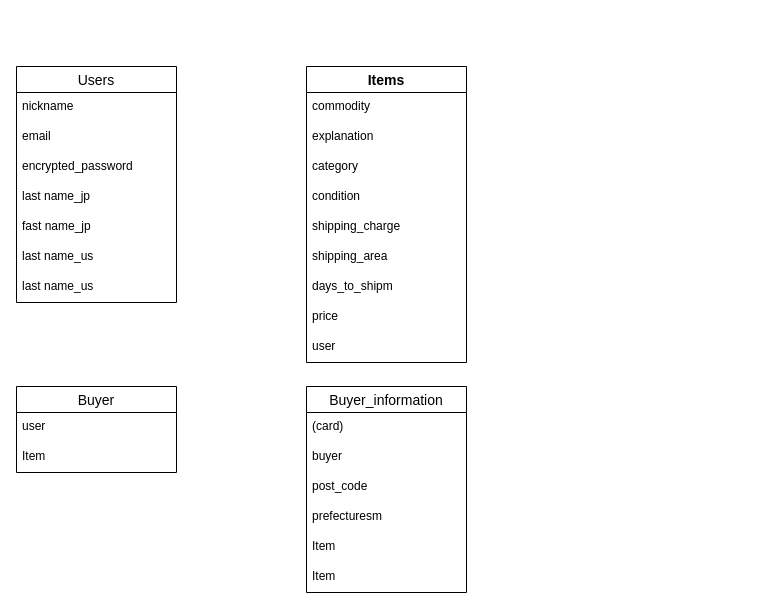
Above: ER.dio in YUKI2959/furima-38699 (draw.io), before the change. Source tidied: cells renumbered, new cells numbered last; positions are measured from the earlier drawing's top-left corner, leaving out a move shared by most shapes. Both pictures are drawn from the tidied source at 100%, with x=0, y=0 at pixel (16, 66).
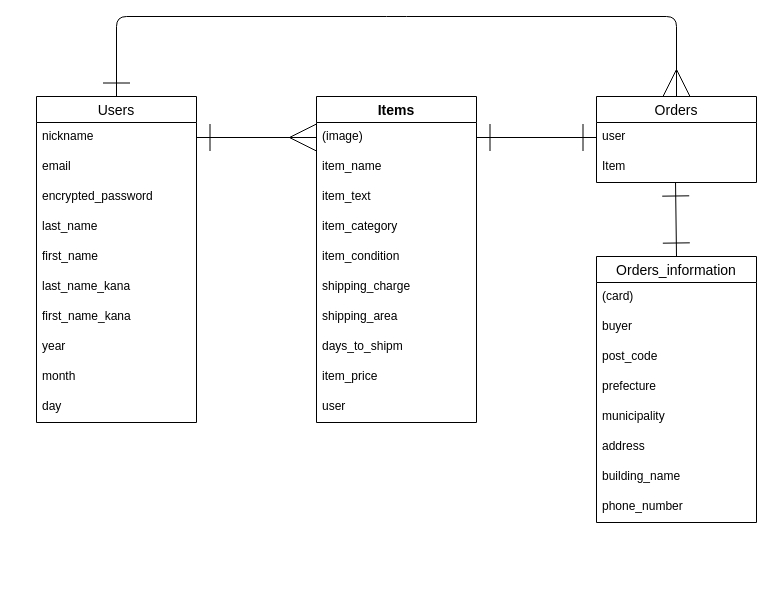
The same diagram, later.

Commit message (it also covers changes not shown here):
データベース設計 ER図 & README作成(first commit)

Unchanged cells that the change refers to:
```xml
<mxCell id="3" value="nickname" style="text;strokeColor=none;fillColor=none;spacingLeft=4;spacingRight=4;overflow=hidden;points=[[0,0.5],[1,0.5]];portConstraint=eastwest;fontSize=12;" parent="2" vertex="1">
  <mxGeometry y="26" width="160" height="30" as="geometry" />
</mxCell>
<mxCell id="21" value="user" style="text;strokeColor=none;fillColor=none;spacingLeft=4;spacingRight=4;overflow=hidden;points=[[0,0.5],[1,0.5]];portConstraint=eastwest;fontSize=12;" parent="20" vertex="1">
  <mxGeometry y="26" width="160" height="30" as="geometry" />
</mxCell>
<mxCell id="22" value="Item" style="text;strokeColor=none;fillColor=none;spacingLeft=4;spacingRight=4;overflow=hidden;points=[[0,0.5],[1,0.5]];portConstraint=eastwest;fontSize=12;" parent="20" vertex="1">
  <mxGeometry y="56" width="160" height="30" as="geometry" />
</mxCell>
```

Change to the diagram source:
```diff
@@
+    <mxCell id="30" style="edgeStyle=none;html=1;entryX=0.5;entryY=0;entryDx=0;entryDy=0;startArrow=ERone;startFill=0;endArrow=ERmany;endFill=0;startSize=25;endSize=25;targetPerimeterSpacing=0;strokeColor=default;exitX=0.5;exitY=0;exitDx=0;exitDy=0;" parent="1" edge="1" source="2" target="20">
+      <mxGeometry relative="1" as="geometry">
+        <Array as="points">
+          <mxPoint x="100" y="-50" />
+          <mxPoint x="380" y="-50" />
+          <mxPoint x="660" y="-50" />
+        </Array>
+      </mxGeometry>
+    </mxCell>
     <mxCell id="2" value="Users" style="swimlane;fontStyle=0;horizontal=1;startSize=26;align=center;fontSize=14;" parent="1" vertex="1">
-      <mxGeometry width="160" height="236" as="geometry" />
+      <mxGeometry x="20" y="30" width="160" height="326" as="geometry" />
     </mxCell>
@@
-    <mxCell id="6" value="last name_jp" style="text;strokeColor=none;fillColor=none;spacingLeft=4;spacingRight=4;overflow=hidden;fontSize=12;" parent="2" vertex="1">
+    <mxCell id="6" value="last_name" style="text;strokeColor=none;fillColor=none;spacingLeft=4;spacingRight=4;overflow=hidden;fontSize=12;" parent="2" vertex="1">
       <mxGeometry y="116" width="160" height="30" as="geometry" />
     </mxCell>
-    <mxCell id="7" value="fast name_jp" style="text;strokeColor=none;fillColor=none;spacingLeft=4;spacingRight=4;overflow=hidden;fontSize=12;" parent="2" vertex="1">
+    <mxCell id="7" value="first_name" style="text;strokeColor=none;fillColor=none;spacingLeft=4;spacingRight=4;overflow=hidden;fontSize=12;" parent="2" vertex="1">
       <mxGeometry y="146" width="160" height="30" as="geometry" />
     </mxCell>
-    <mxCell id="8" value="last name_us" style="text;strokeColor=none;fillColor=none;spacingLeft=4;spacingRight=4;overflow=hidden;fontSize=12;" parent="2" vertex="1">
+    <mxCell id="8" value="last_name_kana" style="text;strokeColor=none;fillColor=none;spacingLeft=4;spacingRight=4;overflow=hidden;fontSize=12;" parent="2" vertex="1">
       <mxGeometry y="176" width="160" height="30" as="geometry" />
     </mxCell>
-    <mxCell id="9" value="last name_us" style="text;strokeColor=none;fillColor=none;spacingLeft=4;spacingRight=4;overflow=hidden;fontSize=12;" parent="2" vertex="1">
+    <mxCell id="9" value="first_name_kana" style="text;strokeColor=none;fillColor=none;spacingLeft=4;spacingRight=4;overflow=hidden;fontSize=12;" parent="2" vertex="1">
       <mxGeometry y="206" width="160" height="30" as="geometry" />
     </mxCell>
+    <mxCell id="31" value="year" style="text;strokeColor=none;fillColor=none;spacingLeft=4;spacingRight=4;overflow=hidden;fontSize=12;" parent="2" vertex="1">
+      <mxGeometry y="236" width="160" height="30" as="geometry" />
+    </mxCell>
+    <mxCell id="32" value="month" style="text;strokeColor=none;fillColor=none;spacingLeft=4;spacingRight=4;overflow=hidden;fontSize=12;" parent="2" vertex="1">
+      <mxGeometry y="266" width="160" height="30" as="geometry" />
+    </mxCell>
+    <mxCell id="33" value="day" style="text;strokeColor=none;fillColor=none;spacingLeft=4;spacingRight=4;overflow=hidden;fontSize=12;" parent="2" vertex="1">
+      <mxGeometry y="296" width="160" height="30" as="geometry" />
+    </mxCell>
     <mxCell id="10" value="Items" style="swimlane;fontStyle=1;horizontal=1;startSize=26;align=center;fontSize=14;" parent="1" vertex="1">
-      <mxGeometry x="290" width="160" height="296" as="geometry" />
+      <mxGeometry x="300" y="30" width="160" height="326" as="geometry" />
     </mxCell>
-    <mxCell id="11" value="commodity" style="text;strokeColor=none;fillColor=none;spacingLeft=4;spacingRight=4;overflow=hidden;points=[[0,0.5],[1,0.5]];portConstraint=eastwest;fontSize=12;" parent="10" vertex="1">
+    <mxCell id="11" value="(image)" style="text;strokeColor=none;fillColor=none;spacingLeft=4;spacingRight=4;overflow=hidden;points=[[0,0.5],[1,0.5]];portConstraint=eastwest;fontSize=12;" parent="10" vertex="1">
       <mxGeometry y="26" width="160" height="30" as="geometry" />
     </mxCell>
+    <mxCell id="34" value="item_name" style="text;strokeColor=none;fillColor=none;spacingLeft=4;spacingRight=4;overflow=hidden;fontSize=12;" parent="10" vertex="1">
+      <mxGeometry y="56" width="160" height="30" as="geometry" />
+    </mxCell>
-    <mxCell id="12" value="explanation" style="text;strokeColor=none;fillColor=none;spacingLeft=4;spacingRight=4;overflow=hidden;fontSize=12;" parent="10" vertex="1">
-      <mxGeometry y="56" width="160" height="30" as="geometry" />
+    <mxCell id="12" value="item_text" style="text;strokeColor=none;fillColor=none;spacingLeft=4;spacingRight=4;overflow=hidden;fontSize=12;" parent="10" vertex="1">
+      <mxGeometry y="86" width="160" height="30" as="geometry" />
     </mxCell>
-    <mxCell id="13" value="category" style="text;strokeColor=none;fillColor=none;spacingLeft=4;spacingRight=4;overflow=hidden;fontSize=12;" parent="10" vertex="1">
-      <mxGeometry y="86" width="160" height="30" as="geometry" />
+    <mxCell id="13" value="item_category" style="text;strokeColor=none;fillColor=none;spacingLeft=4;spacingRight=4;overflow=hidden;fontSize=12;" parent="10" vertex="1">
+      <mxGeometry y="116" width="160" height="30" as="geometry" />
     </mxCell>
-    <mxCell id="14" value="condition" style="text;strokeColor=none;fillColor=none;spacingLeft=4;spacingRight=4;overflow=hidden;fontSize=12;" parent="10" vertex="1">
-      <mxGeometry y="116" width="160" height="30" as="geometry" />
+    <mxCell id="14" value="item_condition" style="text;strokeColor=none;fillColor=none;spacingLeft=4;spacingRight=4;overflow=hidden;fontSize=12;" parent="10" vertex="1">
+      <mxGeometry y="146" width="160" height="30" as="geometry" />
     </mxCell>
     <mxCell id="15" value="shipping_charge" style="text;strokeColor=none;fillColor=none;spacingLeft=4;spacingRight=4;overflow=hidden;fontSize=12;" parent="10" vertex="1">
-      <mxGeometry y="146" width="160" height="30" as="geometry" />
+      <mxGeometry y="176" width="160" height="30" as="geometry" />
     </mxCell>
     <mxCell id="16" value="shipping_area" style="text;strokeColor=none;fillColor=none;spacingLeft=4;spacingRight=4;overflow=hidden;fontSize=12;" parent="10" vertex="1">
-      <mxGeometry y="176" width="160" height="30" as="geometry" />
+      <mxGeometry y="206" width="160" height="30" as="geometry" />
     </mxCell>
     <mxCell id="17" value="days_to_shipm" style="text;strokeColor=none;fillColor=none;spacingLeft=4;spacingRight=4;overflow=hidden;fontSize=12;" parent="10" vertex="1">
-      <mxGeometry y="206" width="160" height="30" as="geometry" />
+      <mxGeometry y="236" width="160" height="30" as="geometry" />
     </mxCell>
-    <mxCell id="18" value="price" style="text;strokeColor=none;fillColor=none;spacingLeft=4;spacingRight=4;overflow=hidden;fontSize=12;" parent="10" vertex="1">
-      <mxGeometry y="236" width="160" height="30" as="geometry" />
+    <mxCell id="18" value="item_price" style="text;strokeColor=none;fillColor=none;spacingLeft=4;spacingRight=4;overflow=hidden;fontSize=12;" parent="10" vertex="1">
+      <mxGeometry y="266" width="160" height="30" as="geometry" />
     </mxCell>
     <mxCell id="19" value="user" style="text;strokeColor=none;fillColor=none;spacingLeft=4;spacingRight=4;overflow=hidden;fontSize=12;" parent="10" vertex="1">
-      <mxGeometry y="266" width="160" height="30" as="geometry" />
+      <mxGeometry y="296" width="160" height="30" as="geometry" />
     </mxCell>
-    <mxCell id="20" value="Buyer" style="swimlane;fontStyle=0;horizontal=1;startSize=26;align=center;fontSize=14;" parent="1" vertex="1">
-      <mxGeometry y="320" width="160" height="86" as="geometry" />
+    <mxCell id="20" value="Orders" style="swimlane;fontStyle=0;horizontal=1;startSize=26;align=center;fontSize=14;" parent="1" vertex="1">
+      <mxGeometry x="580" y="30" width="160" height="86" as="geometry" />
     </mxCell>
@@
-    <mxCell id="23" value="Buyer_information" style="swimlane;fontStyle=0;horizontal=1;startSize=26;align=center;fontSize=14;" parent="1" vertex="1">
-      <mxGeometry x="290" y="320" width="160" height="206" as="geometry" />
+    <mxCell id="23" value="Orders_information" style="swimlane;fontStyle=0;horizontal=1;startSize=26;align=center;fontSize=14;" parent="1" vertex="1">
+      <mxGeometry x="580" y="190" width="160" height="266" as="geometry" />
     </mxCell>
@@
-    <mxCell id="27" value="prefecturesm" style="text;strokeColor=none;fillColor=none;spacingLeft=4;spacingRight=4;overflow=hidden;fontSize=12;" parent="23" vertex="1">
+    <mxCell id="27" value="prefecture" style="text;strokeColor=none;fillColor=none;spacingLeft=4;spacingRight=4;overflow=hidden;fontSize=12;" parent="23" vertex="1">
       <mxGeometry y="116" width="160" height="30" as="geometry" />
     </mxCell>
-    <mxCell id="28" value="Item" style="text;strokeColor=none;fillColor=none;spacingLeft=4;spacingRight=4;overflow=hidden;fontSize=12;" parent="23" vertex="1">
+    <mxCell id="28" value="municipality" style="text;strokeColor=none;fillColor=none;spacingLeft=4;spacingRight=4;overflow=hidden;fontSize=12;" parent="23" vertex="1">
       <mxGeometry y="146" width="160" height="30" as="geometry" />
     </mxCell>
-    <mxCell id="29" value="Item" style="text;strokeColor=none;fillColor=none;spacingLeft=4;spacingRight=4;overflow=hidden;fontSize=12;" parent="23" vertex="1">
+    <mxCell id="29" value="address" style="text;strokeColor=none;fillColor=none;spacingLeft=4;spacingRight=4;overflow=hidden;fontSize=12;" parent="23" vertex="1">
       <mxGeometry y="176" width="160" height="30" as="geometry" />
     </mxCell>
+    <mxCell id="35" value="building_name" style="text;strokeColor=none;fillColor=none;spacingLeft=4;spacingRight=4;overflow=hidden;fontSize=12;" parent="23" vertex="1">
+      <mxGeometry y="206" width="160" height="30" as="geometry" />
+    </mxCell>
+    <mxCell id="36" value="phone_number" style="text;strokeColor=none;fillColor=none;spacingLeft=4;spacingRight=4;overflow=hidden;fontSize=12;" parent="23" vertex="1">
+      <mxGeometry y="236" width="160" height="30" as="geometry" />
+    </mxCell>
+    <mxCell id="37" style="edgeStyle=none;html=1;exitX=1;exitY=0.5;exitDx=0;exitDy=0;entryX=0;entryY=0.5;entryDx=0;entryDy=0;startArrow=ERone;startFill=0;strokeColor=default;endArrow=ERmany;endFill=0;targetPerimeterSpacing=0;endSize=25;startSize=25;" parent="1" edge="1" source="3" target="11">
+      <mxGeometry relative="1" as="geometry" />
+    </mxCell>
+    <mxCell id="38" style="edgeStyle=none;html=1;exitX=0.494;exitY=1;exitDx=0;exitDy=0;entryX=0.5;entryY=0;entryDx=0;entryDy=0;startArrow=ERone;startFill=0;endArrow=ERone;endFill=0;startSize=25;endSize=25;targetPerimeterSpacing=0;strokeColor=default;exitPerimeter=0;" parent="1" edge="1" source="22" target="23">
+      <mxGeometry relative="1" as="geometry" />
+    </mxCell>
+    <mxCell id="39" style="edgeStyle=none;html=1;exitX=1;exitY=0.5;exitDx=0;exitDy=0;entryX=0;entryY=0.5;entryDx=0;entryDy=0;startArrow=ERone;startFill=0;endArrow=ERone;endFill=0;startSize=25;endSize=25;targetPerimeterSpacing=0;strokeColor=default;" parent="1" edge="1" source="11" target="21">
+      <mxGeometry relative="1" as="geometry" />
+    </mxCell>
```
